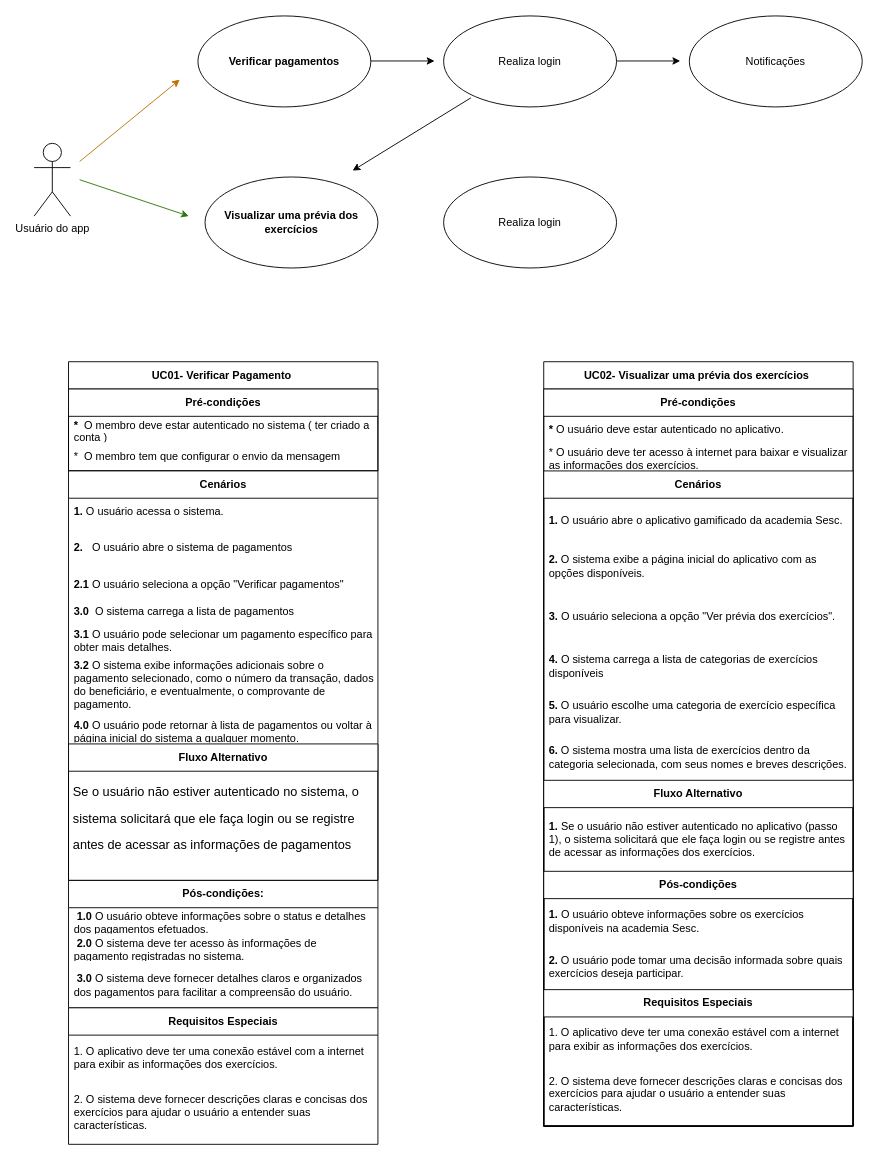
This is Diagrama sem nome.drawio from AndyPdN/cadastro_academia, a draw.io file, before an edit. Source tidied: cells renumbered, new cells numbered last; positions are measured from the earlier drawing's top-left corner, leaving out a move shared by most shapes. Both pictures are drawn from the tidied source at 91%, with x=0, y=0 at pixel (34, 15).
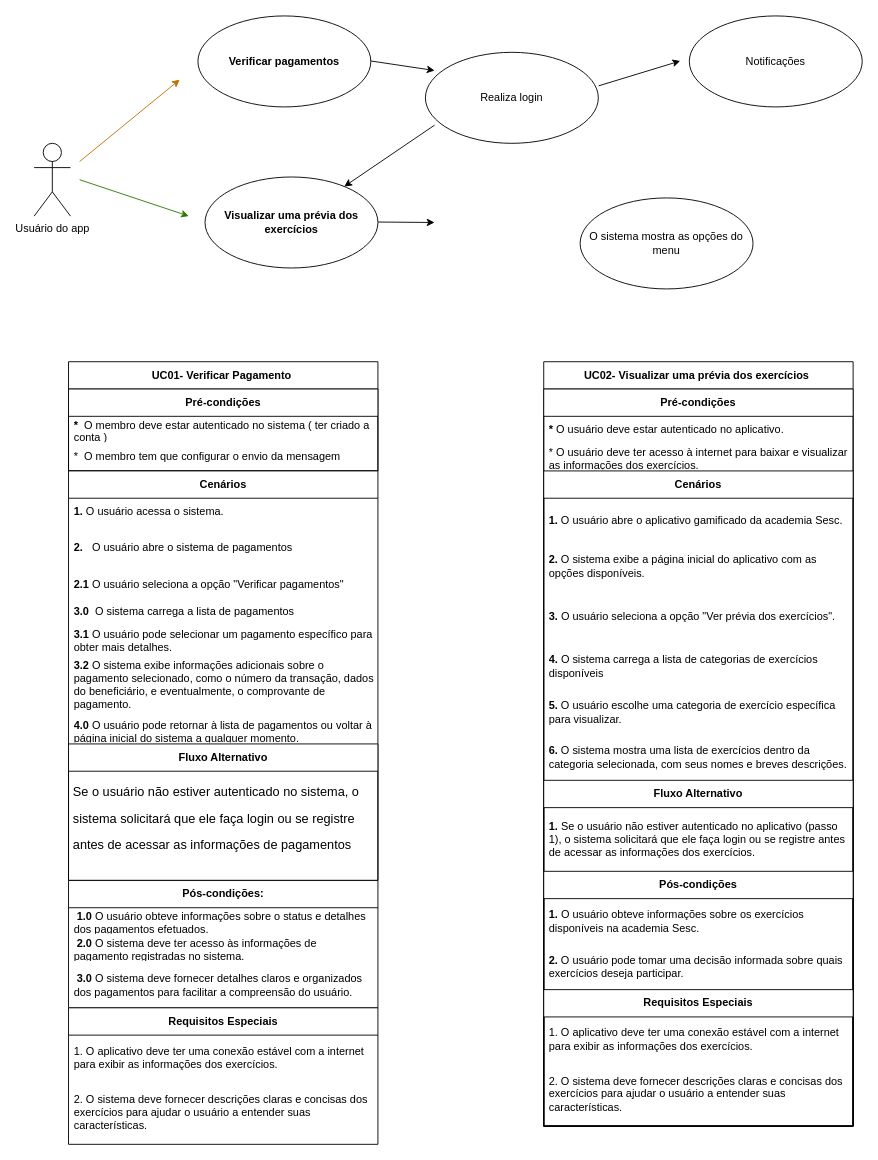
After the change.

The change refers to these unchanged cells:
```xml
<mxCell id="43" value="&lt;b style=&quot;border-color: var(--border-color);&quot;&gt;Visualizar uma prévia dos exercícios&lt;/b&gt;" style="ellipse;whiteSpace=wrap;html=1;" parent="1" vertex="1">
  <mxGeometry x="187.8" y="177" width="190" height="100" as="geometry" />
</mxCell>
```

What changed in the source:
```diff
@@
     <mxCell id="4" value="Realiza login" style="ellipse;whiteSpace=wrap;html=1;" parent="1" vertex="1">
-      <mxGeometry x="450" width="190" height="100" as="geometry" />
+      <mxGeometry x="430" y="40" width="190" height="100" as="geometry" />
     </mxCell>
+    <mxCell id="53" value="O sistema mostra as opções do menu" style="ellipse;whiteSpace=wrap;html=1;" parent="1" vertex="1">
+      <mxGeometry x="600" y="200" width="190" height="100" as="geometry" />
+    </mxCell>
@@
-    <mxCell id="31" style="endArrow=classic;html=1;rounded=0;" parent="1" edge="1">
+    <mxCell id="31" style="endArrow=classic;html=1;rounded=0;entryX=0.053;entryY=0.2;entryDx=0;entryDy=0;entryPerimeter=0;" parent="1" edge="1" target="4">
       <mxGeometry relative="1" as="geometry">
         <mxPoint x="370" y="49.5" as="sourcePoint" />
-        <mxPoint x="440" y="49.5" as="targetPoint" />
       </mxGeometry>
     </mxCell>
+    <mxCell id="54" style="endArrow=classic;html=1;rounded=0;" parent="1" edge="1">
+      <mxGeometry relative="1" as="geometry">
+        <mxPoint x="377.8" y="226.5" as="sourcePoint" />
+        <mxPoint x="440" y="227" as="targetPoint" />
+      </mxGeometry>
+    </mxCell>
-    <mxCell id="32" style="endArrow=classic;html=1;rounded=0;" parent="1" edge="1">
+    <mxCell id="32" style="endArrow=classic;html=1;rounded=0;exitX=1.002;exitY=0.368;exitDx=0;exitDy=0;exitPerimeter=0;" parent="1" edge="1" source="4">
       <mxGeometry relative="1" as="geometry">
-        <mxPoint x="640" y="49.5" as="sourcePoint" />
         <mxPoint x="710" y="49.5" as="targetPoint" />
       </mxGeometry>
     </mxCell>
@@
-    <mxCell id="44" style="endArrow=classic;html=1;rounded=0;" parent="1" edge="1">
-      <mxGeometry relative="1" as="geometry">
-        <mxPoint x="480" y="90" as="sourcePoint" />
-        <mxPoint x="350" y="170" as="targetPoint" />
-      </mxGeometry>
+    <mxCell id="44" style="endArrow=classic;html=1;rounded=0;exitX=0.053;exitY=0.8;exitDx=0;exitDy=0;exitPerimeter=0;" parent="1" edge="1" source="4" target="43">
+      <mxGeometry relative="1" as="geometry" />
     </mxCell>
@@
-    <mxCell id="49" value="Realiza login" style="ellipse;whiteSpace=wrap;html=1;" parent="1" vertex="1">
-      <mxGeometry x="450" y="177" width="190" height="100" as="geometry" />
-    </mxCell>
```
